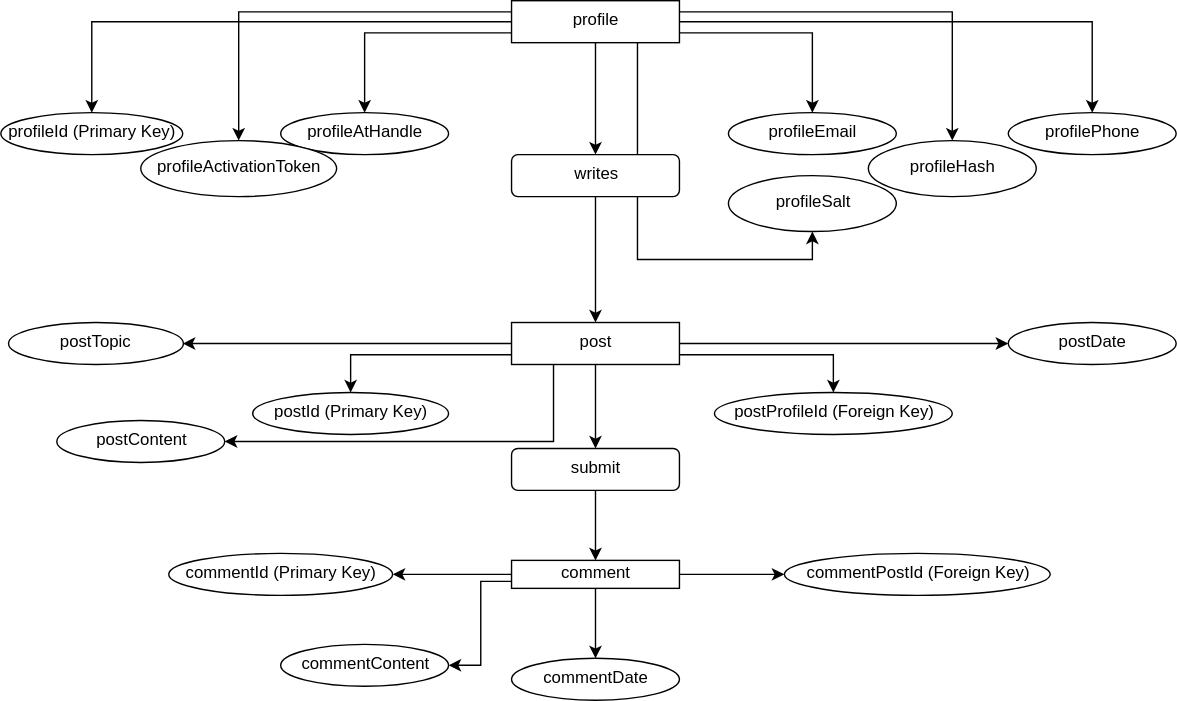
This is images/data-design-erd.svg from KDAtkins/data-design, a draw.io export, as it was before one commit. Source tidied: cells renumbered, new cells last; positions are measured from the earlier drawing's top-left corner, leaving out a move shared by most shapes.
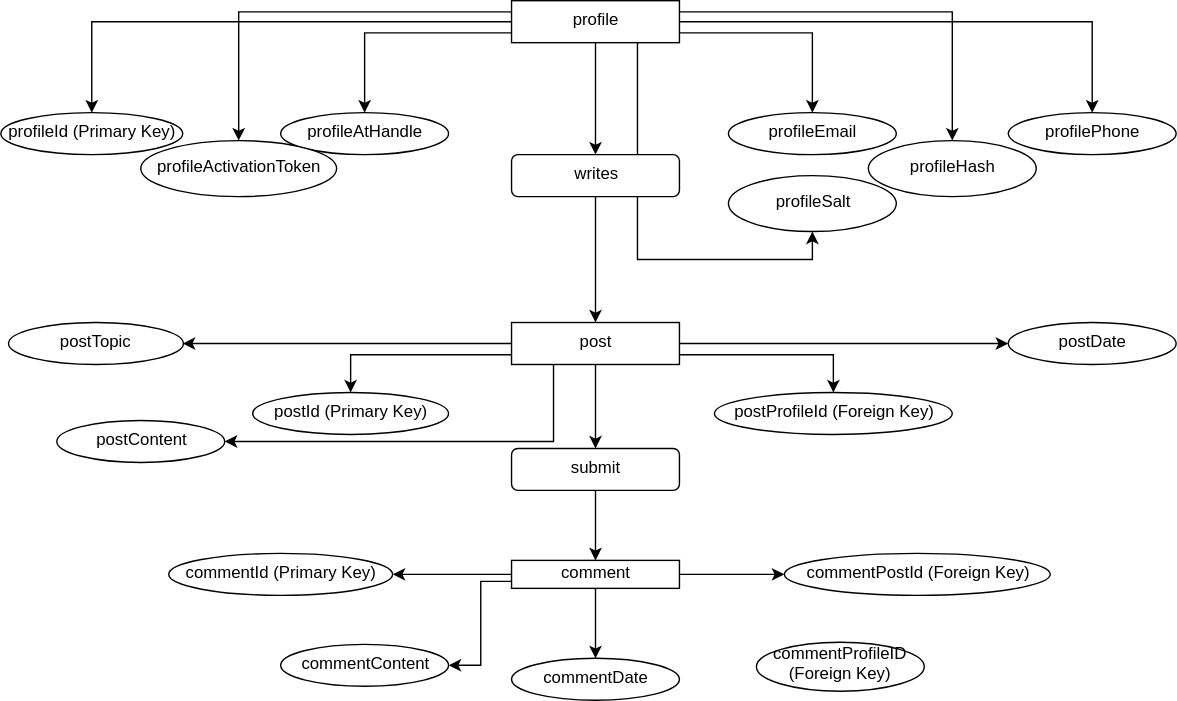
The same diagram one commit later.

Diff of the diagram source:
```diff
@@ -128,5 +128,8 @@
     <mxCell id="43" value="profileSalt" style="ellipse;whiteSpace=wrap;html=1;" parent="1" vertex="1">
       <mxGeometry x="520" y="125" width="120" height="40" as="geometry" />
     </mxCell>
+    <mxCell id="44" value="commentProfileID (Foreign Key)" style="ellipse;whiteSpace=wrap;html=1;" parent="1" vertex="1">
+      <mxGeometry x="540" y="458" width="120" height="35" as="geometry" />
+    </mxCell>
   </root>
 </mxGraphModel>
```
